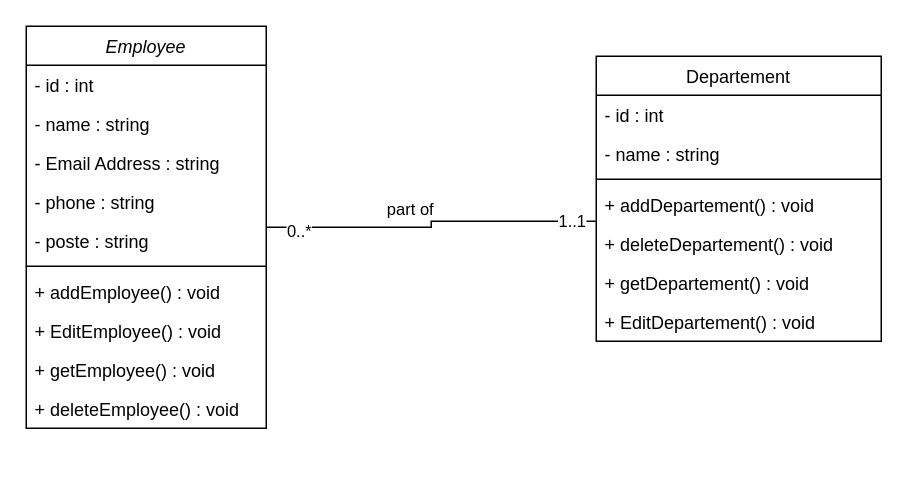
Before: UML/WorkforceUML.drawio in mouadHILLALI/WorkfoceManager, a draw.io diagram. Source tidied: cells renumbered, new cells numbered last; positions are measured from the earlier drawing's top-left corner, leaving out a move shared by most shapes. Both pictures are drawn from the tidied source at 150%, with x=0, y=0 at pixel (26, 26).
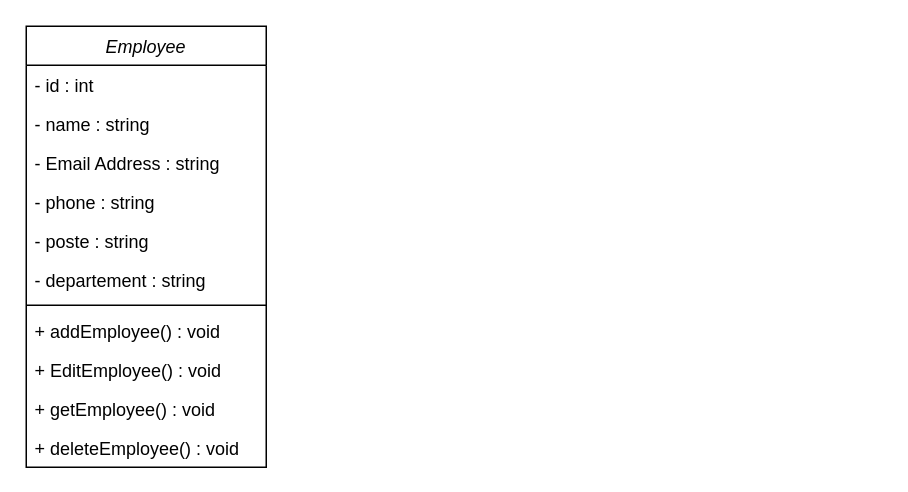
After the change.

Change to the diagram source:
```diff
@@
     <mxCell id="2" value="Employee" style="swimlane;fontStyle=2;align=center;verticalAlign=top;horizontal=1;startSize=26;rounded=0;shadow=0;strokeWidth=1;" parent="1" vertex="1">
-      <mxGeometry width="160" height="268" as="geometry" />
+      <mxGeometry width="160" height="294" as="geometry" />
     </mxCell>
@@
+    <mxCell id="25" value="- departement : string" style="text;align=left;verticalAlign=top;spacingLeft=4;spacingRight=4;overflow=hidden;rounded=0;shadow=0;html=0;" parent="2" vertex="1">
+      <mxGeometry y="156" width="160" height="26" as="geometry" />
+    </mxCell>
     <mxCell id="8" style="line;html=1;strokeWidth=1;align=left;verticalAlign=middle;spacingTop=-1;spacingLeft=3;spacingRight=3;labelPosition=right;" parent="2" vertex="1">
-      <mxGeometry y="156" width="160" height="8" as="geometry" />
+      <mxGeometry y="182" width="160" height="8" as="geometry" />
     </mxCell>
     <mxCell id="9" value="+ addEmployee() : void" style="text;align=left;verticalAlign=top;spacingLeft=4;spacingRight=4;overflow=hidden;" parent="2" vertex="1">
-      <mxGeometry y="164" width="160" height="26" as="geometry" />
+      <mxGeometry y="190" width="160" height="26" as="geometry" />
     </mxCell>
     <mxCell id="10" value="+ EditEmployee() : void" style="text;align=left;verticalAlign=top;spacingLeft=4;spacingRight=4;overflow=hidden;" parent="2" vertex="1">
-      <mxGeometry y="190" width="160" height="26" as="geometry" />
+      <mxGeometry y="216" width="160" height="26" as="geometry" />
     </mxCell>
     <mxCell id="11" value="+ getEmployee() : void" style="text;align=left;verticalAlign=top;spacingLeft=4;spacingRight=4;overflow=hidden;" parent="2" vertex="1">
-      <mxGeometry y="216" width="160" height="26" as="geometry" />
+      <mxGeometry y="242" width="160" height="26" as="geometry" />
     </mxCell>
     <mxCell id="12" value="+ deleteEmployee() : void" style="text;align=left;verticalAlign=top;spacingLeft=4;spacingRight=4;overflow=hidden;" parent="2" vertex="1">
-      <mxGeometry y="242" width="160" height="26" as="geometry" />
+      <mxGeometry y="268" width="160" height="26" as="geometry" />
     </mxCell>
-    <mxCell id="13" value="Departement" style="swimlane;fontStyle=0;align=center;verticalAlign=top;horizontal=1;startSize=26;rounded=0;shadow=0;strokeWidth=1;" parent="1" vertex="1">
-      <mxGeometry x="380" y="20" width="190" height="190" as="geometry" />
-    </mxCell>
-    <mxCell id="14" value="- id : int" style="text;align=left;verticalAlign=top;spacingLeft=4;spacingRight=4;overflow=hidden;" parent="13" vertex="1">
-      <mxGeometry y="26" width="190" height="26" as="geometry" />
-    </mxCell>
-    <mxCell id="15" value="- name : string" style="text;align=left;verticalAlign=top;spacingLeft=4;spacingRight=4;overflow=hidden;" parent="13" vertex="1">
-      <mxGeometry y="52" width="190" height="26" as="geometry" />
-    </mxCell>
-    <mxCell id="16" style="line;html=1;strokeWidth=1;align=left;verticalAlign=middle;spacingTop=-1;spacingLeft=3;spacingRight=3;labelPosition=right;" parent="13" vertex="1">
-      <mxGeometry y="78" width="190" height="8" as="geometry" />
-    </mxCell>
-    <mxCell id="17" value="+ addDepartement() : void" style="text;align=left;verticalAlign=top;spacingLeft=4;spacingRight=4;overflow=hidden;points=[[0,0.5],[1,0.5]];portConstraint=eastwest;" parent="13" vertex="1">
-      <mxGeometry y="86" width="190" height="26" as="geometry" />
-    </mxCell>
-    <mxCell id="18" value="+ deleteDepartement() : void" style="text;align=left;verticalAlign=top;spacingLeft=4;spacingRight=4;overflow=hidden;" parent="13" vertex="1">
-      <mxGeometry y="112" width="190" height="26" as="geometry" />
-    </mxCell>
-    <mxCell id="19" value="+ getDepartement() : void" style="text;align=left;verticalAlign=top;spacingLeft=4;spacingRight=4;overflow=hidden;" parent="13" vertex="1">
-      <mxGeometry y="138" width="190" height="26" as="geometry" />
-    </mxCell>
-    <mxCell id="20" value="+ EditDepartement() : void" style="text;align=left;verticalAlign=top;spacingLeft=4;spacingRight=4;overflow=hidden;" parent="13" vertex="1">
-      <mxGeometry y="164" width="190" height="26" as="geometry" />
-    </mxCell>
-    <mxCell id="21" style="edgeStyle=orthogonalEdgeStyle;rounded=0;jettySize=auto;html=1;entryX=-0.002;entryY=0.922;entryDx=0;entryDy=0;entryPerimeter=0;endArrow=none;endFill=0;" parent="1" edge="1" source="2" target="17">
-      <mxGeometry relative="1" as="geometry" />
-    </mxCell>
-    <mxCell id="22" value="1..1" style="edgeLabel;html=1;align=center;verticalAlign=middle;" parent="21" vertex="1">
-      <mxGeometry x="0.86" relative="1" as="geometry" />
-    </mxCell>
-    <mxCell id="23" value="0..*" style="edgeLabel;html=1;align=center;verticalAlign=middle;" parent="21" vertex="1">
-      <mxGeometry x="-0.9" y="-2" relative="1" as="geometry">
-        <mxPoint x="10" as="offset" />
-      </mxGeometry>
-    </mxCell>
-    <mxCell id="24" value="part of" style="edgeLabel;html=1;align=center;verticalAlign=middle;" parent="21" vertex="1">
-      <mxGeometry x="-0.15" y="-1" relative="1" as="geometry">
-        <mxPoint y="-14" as="offset" />
-      </mxGeometry>
-    </mxCell>
```
